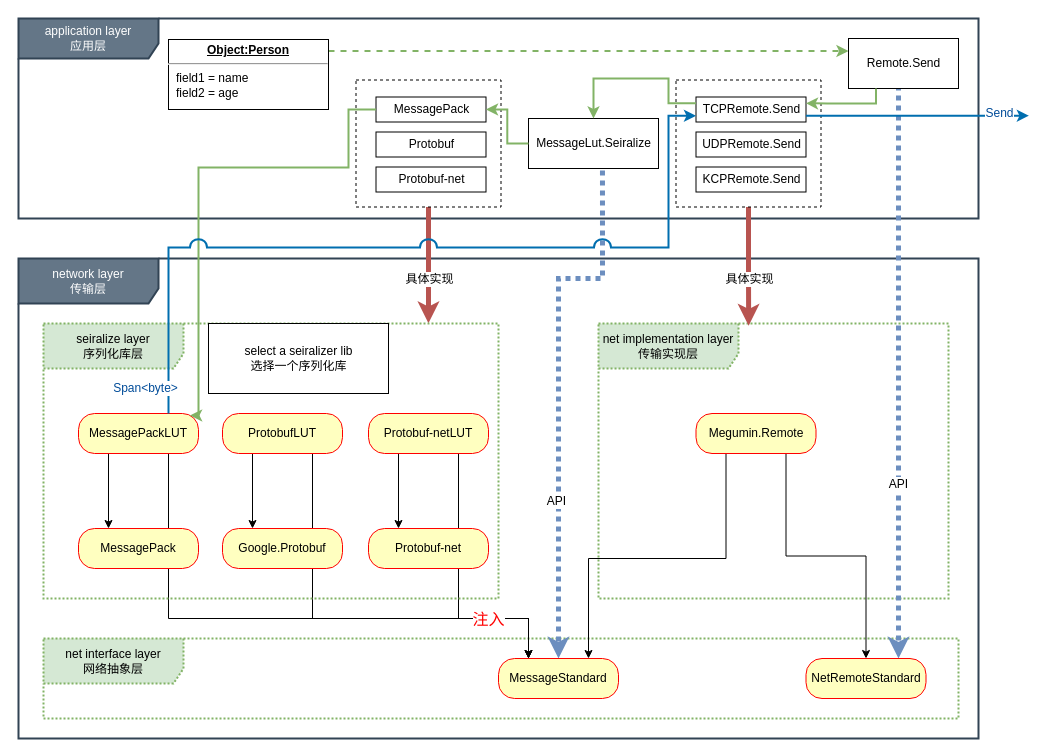
Before: Image/项目结构.drawio in KumoKyaku/Megumin.Net, a draw.io diagram. Source tidied: cells renumbered, new cells numbered last; positions are measured from the earlier drawing's top-left corner, leaving out a move shared by most shapes. Both pictures are drawn from the tidied source at 100%, with x=0, y=0 at pixel (18, 18).
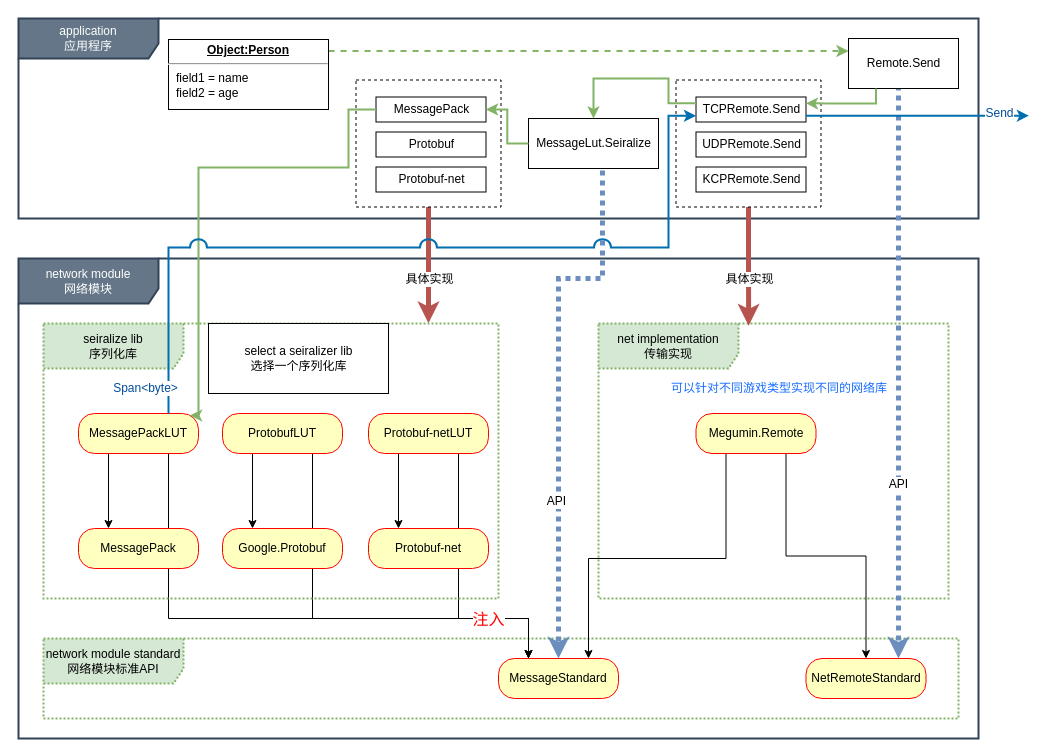
The same diagram, later.

Commit message (it also covers changes not shown here):
更新结构图

Change to the diagram source:
```diff
@@
-    <mxCell id="2" value="network layer&lt;br&gt;传输层" style="shape=umlFrame;whiteSpace=wrap;html=1;width=140;height=45;fillColor=#647687;strokeColor=#314354;fontColor=#ffffff;strokeWidth=2;" parent="1" vertex="1">
+    <mxCell id="2" value="network module&lt;br&gt;网络模块" style="shape=umlFrame;whiteSpace=wrap;html=1;width=140;height=45;fillColor=#647687;strokeColor=#314354;fontColor=#ffffff;strokeWidth=2;" parent="1" vertex="1">
       <mxGeometry y="240" width="960" height="480" as="geometry" />
     </mxCell>
-    <mxCell id="3" value="net interface layer&lt;br&gt;网络抽象层&lt;br&gt;" style="shape=umlFrame;whiteSpace=wrap;html=1;width=140;height=45;dashed=1;strokeColor=#82b366;fillColor=#d5e8d4;strokeWidth=2;dashPattern=1 1;" parent="1" vertex="1">
+    <mxCell id="3" value="network module standard&lt;br&gt;网络模块标准API" style="shape=umlFrame;whiteSpace=wrap;html=1;width=140;height=45;dashed=1;strokeColor=#82b366;fillColor=#d5e8d4;strokeWidth=2;dashPattern=1 1;fontColor=#000000;" parent="1" vertex="1">
       <mxGeometry x="25" y="620" width="915" height="80" as="geometry" />
     </mxCell>
-    <mxCell id="4" value="net implementation layer&lt;br&gt;传输实现层" style="shape=umlFrame;whiteSpace=wrap;html=1;width=140;height=45;dashed=1;strokeColor=#82b366;fillColor=#d5e8d4;strokeWidth=2;dashPattern=1 1;" parent="1" vertex="1">
+    <mxCell id="4" value="&lt;font color=&quot;#000000&quot;&gt;net implementation&lt;br&gt;传输实现&lt;/font&gt;" style="shape=umlFrame;whiteSpace=wrap;html=1;width=140;height=45;dashed=1;strokeColor=#82b366;fillColor=#d5e8d4;strokeWidth=2;dashPattern=1 1;" parent="1" vertex="1">
       <mxGeometry x="580" y="305" width="350" height="275" as="geometry" />
     </mxCell>
-    <mxCell id="5" value="application layer&lt;br&gt;应用层&lt;br&gt;" style="shape=umlFrame;whiteSpace=wrap;html=1;width=140;height=40;fillColor=#647687;strokeColor=#314354;fontColor=#ffffff;strokeWidth=2;" parent="1" vertex="1">
+    <mxCell id="5" value="application&lt;br&gt;应用程序" style="shape=umlFrame;whiteSpace=wrap;html=1;width=140;height=40;fillColor=#647687;strokeColor=#314354;fontColor=#ffffff;strokeWidth=2;" parent="1" vertex="1">
       <mxGeometry width="960" height="200" as="geometry" />
     </mxCell>
@@
-    <mxCell id="29" value="seiralize layer&lt;br&gt;序列化库层&lt;br&gt;" style="shape=umlFrame;whiteSpace=wrap;html=1;width=140;height=45;dashed=1;fillColor=#d5e8d4;strokeColor=#82b366;strokeWidth=2;dashPattern=1 1;" parent="1" vertex="1">
+    <mxCell id="29" value="&lt;font color=&quot;#000000&quot;&gt;seiralize lib&lt;br&gt;序列化库&lt;/font&gt;" style="shape=umlFrame;whiteSpace=wrap;html=1;width=140;height=45;dashed=1;fillColor=#d5e8d4;strokeColor=#82b366;strokeWidth=2;dashPattern=1 1;" parent="1" vertex="1">
       <mxGeometry x="25" y="305" width="455" height="275" as="geometry" />
     </mxCell>
@@
+    <mxCell id="56" value="&lt;font color=&quot;#196eff&quot;&gt;可以针对不同游戏类型实现不同的网络库&lt;/font&gt;" style="text;html=1;strokeColor=none;fillColor=none;align=center;verticalAlign=middle;whiteSpace=wrap;rounded=0;" parent="1" vertex="1">
+      <mxGeometry x="630" y="365" width="262" height="10" as="geometry" />
+    </mxCell>
```
